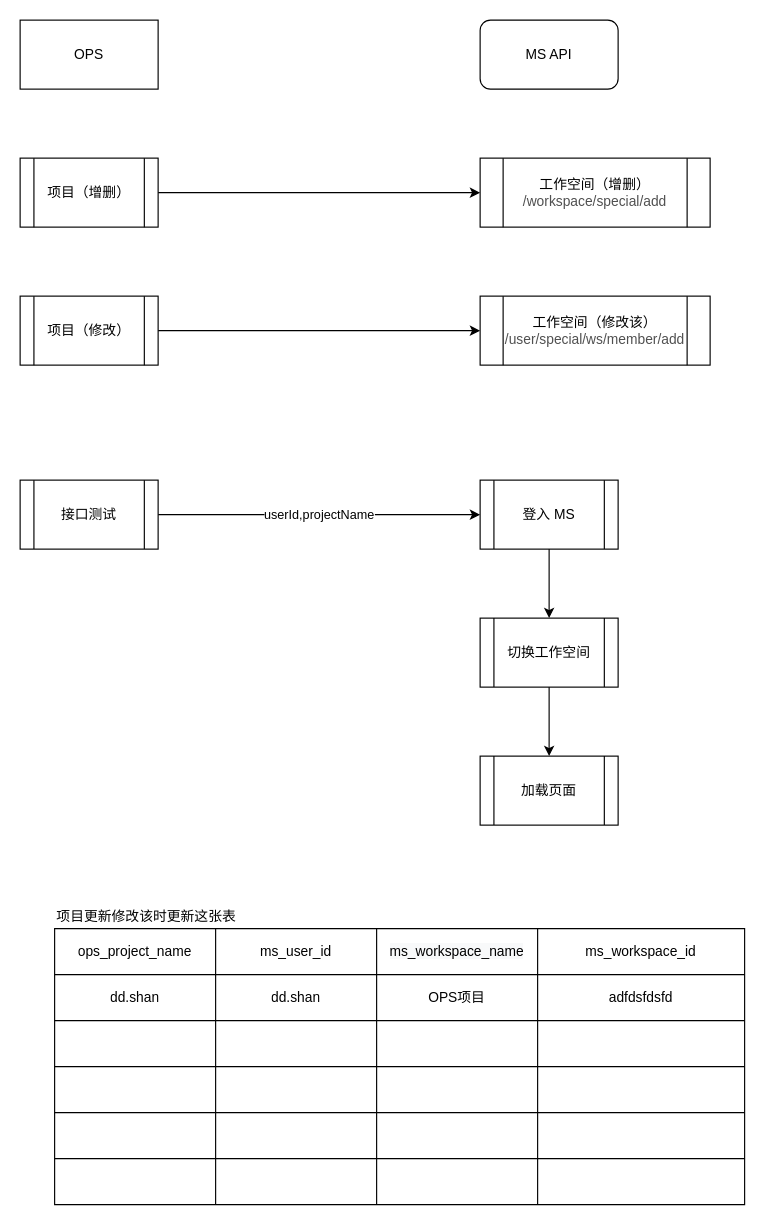
Earlier version of the draw.io diagram page "项目关联" (2 of 2) of Technology/Testing/JMeter/MeterSphere/OPSInvokeMS.drawio (DunyuSong/notes). Source tidied: cells renumbered, new cells numbered last; positions are measured from the earlier drawing's top-left corner, leaving out a move shared by most shapes. Both pictures are drawn from the tidied source at 115%, with x=0, y=0 at pixel (20, 20).
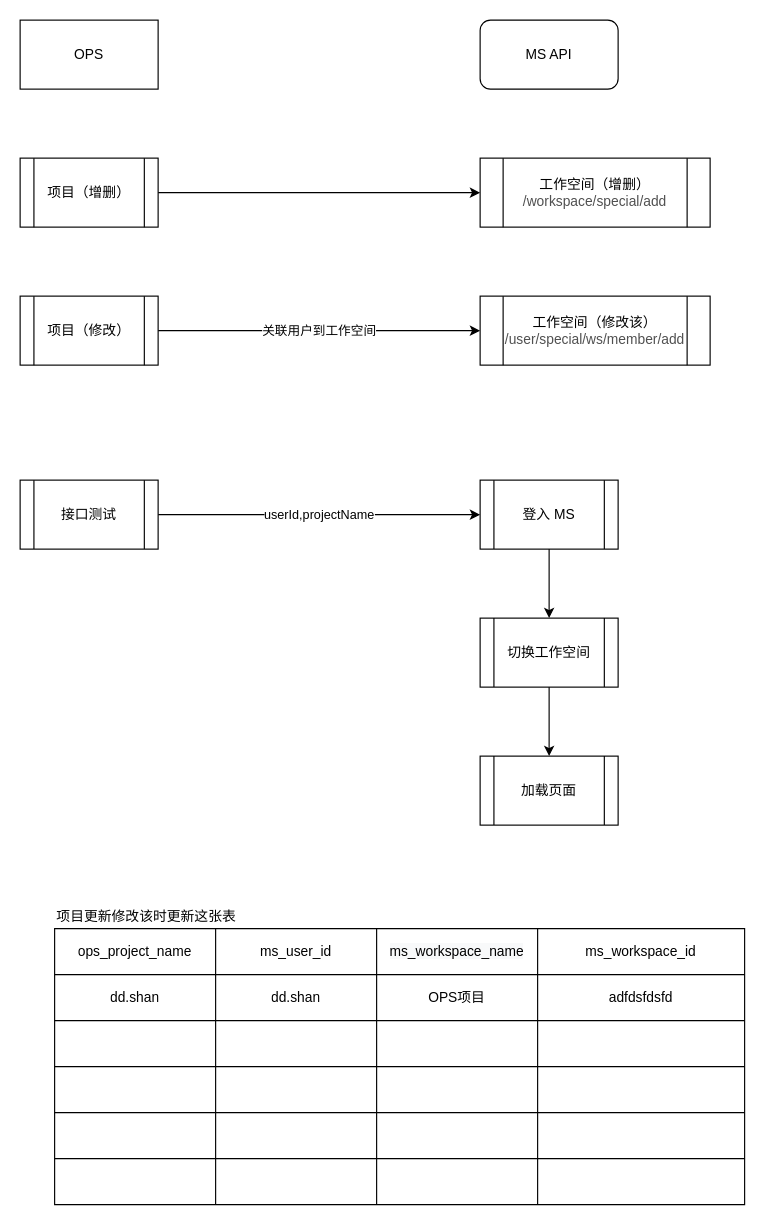
The same diagram, later.

The change refers to these unchanged cells:
```xml
<mxCell id="6" value="项目（修改）" style="shape=process;whiteSpace=wrap;html=1;backgroundOutline=1;" parent="1" vertex="1">
  <mxGeometry y="240" width="120" height="60" as="geometry" />
</mxCell>
<mxCell id="13" value="工作空间（修改该）&lt;br&gt;&lt;span style=&quot;color: rgb(80 , 80 , 80) ; font-family: &amp;#34;opensans&amp;#34; , &amp;#34;helvetica&amp;#34; , &amp;#34;arial&amp;#34; , sans-serif ; text-align: left ; background-color: rgb(255 , 255 , 255)&quot;&gt;/user/special/ws/member/add&lt;/span&gt;" style="shape=process;whiteSpace=wrap;html=1;backgroundOutline=1;" parent="1" vertex="1">
  <mxGeometry x="400" y="240" width="200" height="60" as="geometry" />
</mxCell>
```

Diff of the diagram source:
```diff
@@
-    <mxCell id="5" style="edgeStyle=orthogonalEdgeStyle;rounded=0;jettySize=auto;html=1;" parent="1" edge="1" source="6" target="13">
+    <mxCell id="5" value="关联用户到工作空间" style="edgeStyle=orthogonalEdgeStyle;rounded=0;jettySize=auto;html=1;" parent="1" edge="1" source="6" target="13">
       <mxGeometry relative="1" as="geometry" />
     </mxCell>
```
